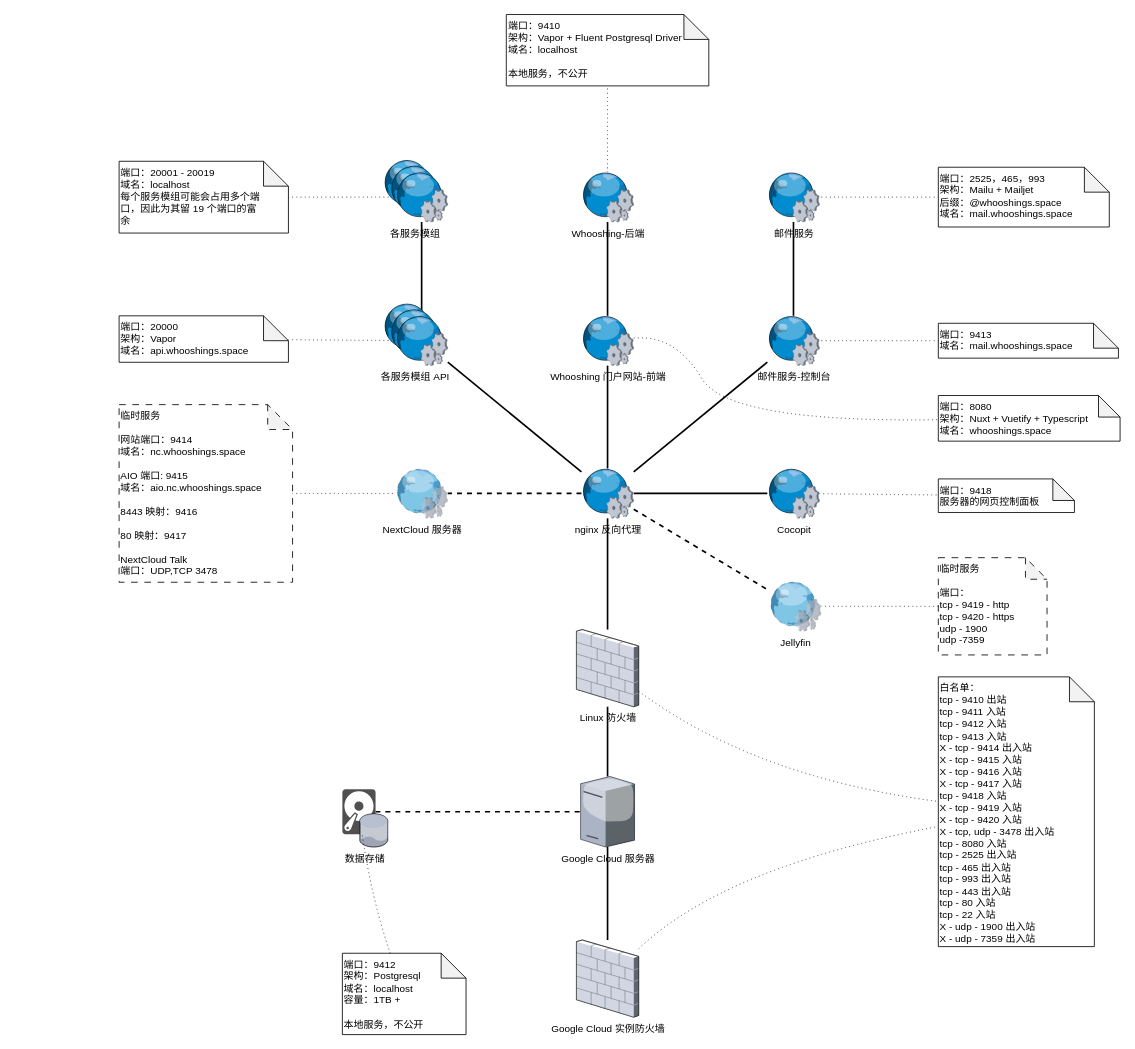
This is page "4.云服务器-详细部署" (4 of 4) of raws/Diagrams/设计.drawio from Inspiral-SJJC/Inspiral, a draw.io file, before an edit. Source tidied: cells renumbered, new cells numbered last; positions are measured from the earlier drawing's top-left corner, leaving out a move shared by most shapes. Both pictures are drawn from the tidied source at 83%, with x=0, y=0 at pixel (119, 14).
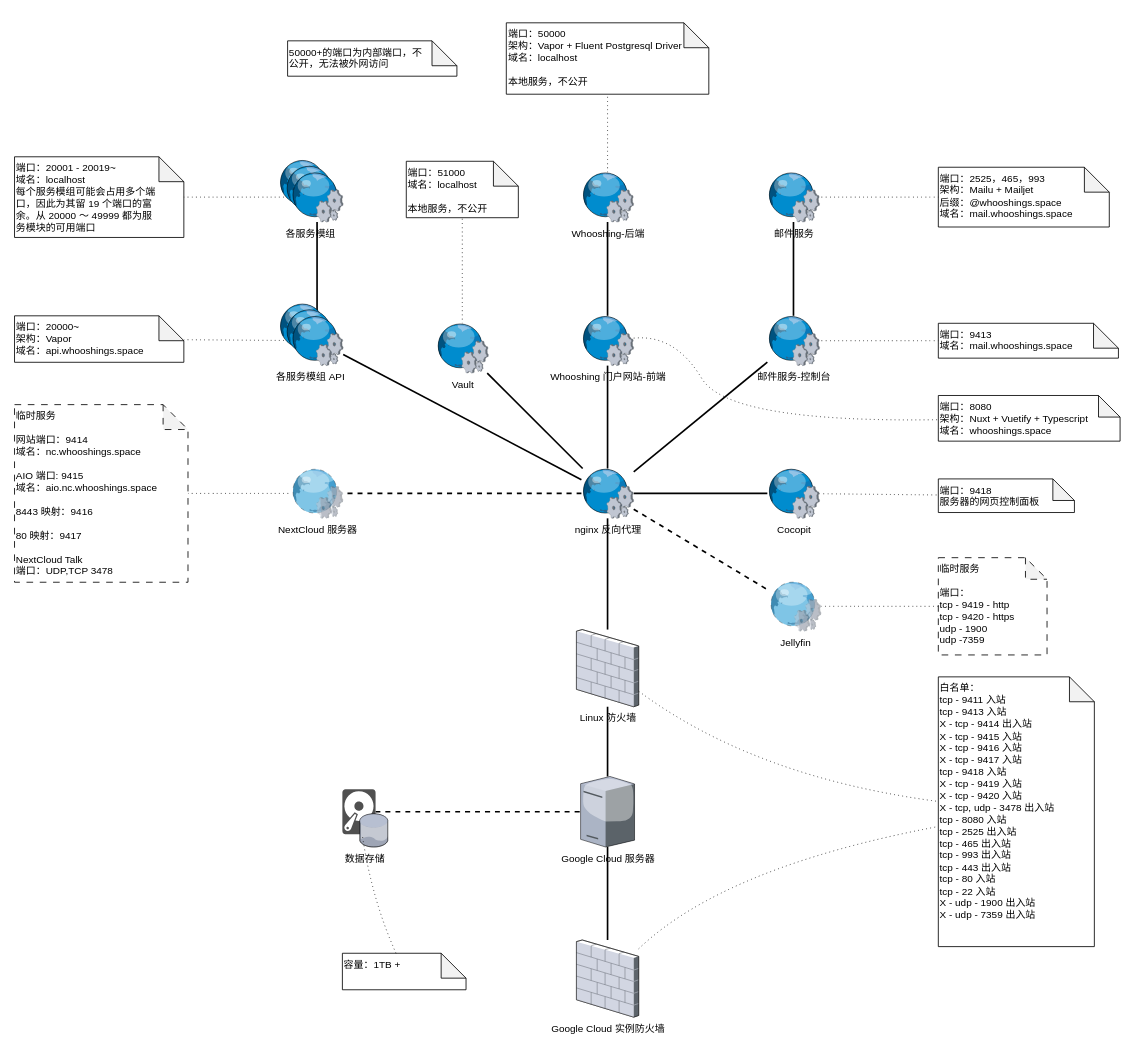
After the change.

Commit message (it also covers changes not shown here):
V0.2.3.1 更新端口分配

The change refers to these unchanged cells:
```xml
<mxCell id="5" value="nginx 反向代理" style="verticalLabelPosition=bottom;sketch=0;html=1;verticalAlign=top;strokeColor=none;align=center;outlineConnect=0;shape=mxgraph.citrix.web_service;" parent="1" vertex="1">
  <mxGeometry x="557" y="547" width="63" height="60" as="geometry" />
</mxCell>
```

What changed in the source:
```diff
@@
-    <mxCell id="2" value="端口：9410&lt;div&gt;架构：Vapor + Fluent Postgresql Driver&lt;/div&gt;&lt;div&gt;域名：localhost&lt;/div&gt;&lt;div&gt;&lt;br&gt;&lt;/div&gt;&lt;div&gt;本地服务，不公开&lt;/div&gt;" style="shape=note;whiteSpace=wrap;html=1;backgroundOutline=1;darkOpacity=0.05;align=left;verticalAlign=top;spacingRight=30;" parent="1" vertex="1">
-      <mxGeometry x="466.5" width="244" height="86" as="geometry" />
+    <mxCell id="2" value="端口：50000&lt;div&gt;架构：Vapor + Fluent Postgresql Driver&lt;/div&gt;&lt;div&gt;域名：localhost&lt;/div&gt;&lt;div&gt;&lt;br&gt;&lt;/div&gt;&lt;div&gt;本地服务，不公开&lt;/div&gt;" style="shape=note;whiteSpace=wrap;html=1;backgroundOutline=1;darkOpacity=0.05;align=left;verticalAlign=top;spacingRight=30;" parent="1" vertex="1">
+      <mxGeometry x="466.5" y="10" width="244" height="86" as="geometry" />
     </mxCell>
@@
-    <mxCell id="22" value="端口：20000&lt;div&gt;架构：Vapor&lt;/div&gt;&lt;div&gt;域名：api.whooshings.space&lt;/div&gt;" style="shape=note;whiteSpace=wrap;html=1;backgroundOutline=1;darkOpacity=0.05;align=left;verticalAlign=top;spacingRight=30;" parent="1" vertex="1">
-      <mxGeometry y="363" width="204" height="56" as="geometry" />
+    <mxCell id="22" value="端口：20000~&lt;div&gt;架构：Vapor&lt;/div&gt;&lt;div&gt;域名：api.whooshings.space&lt;/div&gt;" style="shape=note;whiteSpace=wrap;html=1;backgroundOutline=1;darkOpacity=0.05;align=left;verticalAlign=top;spacingRight=30;" parent="1" vertex="1">
+      <mxGeometry x="-126" y="363" width="204" height="56" as="geometry" />
     </mxCell>
@@
-    <mxCell id="24" value="端口：9412&lt;div&gt;架构：Postgresql&lt;/div&gt;&lt;div&gt;域名：localhost&lt;/div&gt;&lt;div&gt;容量：1TB +&lt;/div&gt;&lt;div&gt;&lt;br&gt;&lt;/div&gt;&lt;div&gt;本地服务，不公开&lt;/div&gt;" style="shape=note;whiteSpace=wrap;html=1;backgroundOutline=1;darkOpacity=0.05;align=left;verticalAlign=top;spacingRight=30;" parent="1" vertex="1">
-      <mxGeometry x="269" y="1131" width="149" height="98" as="geometry" />
+    <mxCell id="24" value="&lt;div&gt;&lt;span style=&quot;background-color: initial;&quot;&gt;容量：1TB +&lt;/span&gt;&lt;/div&gt;" style="shape=note;whiteSpace=wrap;html=1;backgroundOutline=1;darkOpacity=0.05;align=left;verticalAlign=top;spacingRight=30;" parent="1" vertex="1">
+      <mxGeometry x="269" y="1131" width="149" height="44" as="geometry" />
     </mxCell>
@@
-    <mxCell id="26" value="白名单：&lt;div&gt;tcp - 9410 出站&lt;br&gt;&lt;div&gt;tcp - 9411&amp;nbsp;&lt;span style=&quot;background-color: initial;&quot;&gt;入站&lt;/span&gt;&lt;/div&gt;&lt;div&gt;tcp - 9412 入站&lt;span style=&quot;background-color: initial;&quot;&gt;&lt;br&gt;&lt;/span&gt;&lt;/div&gt;&lt;div&gt;tcp - 9413 入站&lt;br&gt;&lt;/div&gt;&lt;div&gt;X - tcp - 9414 出入站&lt;/div&gt;&lt;div&gt;&lt;span style=&quot;background-color: initial;&quot;&gt;X -&amp;nbsp;&lt;/span&gt;tcp - 9415 入站&lt;/div&gt;&lt;div&gt;&lt;span style=&quot;background-color: initial;&quot;&gt;X -&amp;nbsp;&lt;/span&gt;tcp - 9416 入站&lt;/div&gt;&lt;div&gt;&lt;span style=&quot;background-color: initial;&quot;&gt;X -&amp;nbsp;&lt;/span&gt;tcp - 9417 入站&lt;br&gt;&lt;/div&gt;&lt;div&gt;tcp - 9418 入站&lt;/div&gt;&lt;div&gt;&lt;span style=&quot;background-color: initial;&quot;&gt;X -&amp;nbsp;&lt;/span&gt;tcp - 9419 入站&lt;/div&gt;&lt;div&gt;&lt;span style=&quot;background-color: initial;&quot;&gt;X -&amp;nbsp;&lt;/span&gt;tcp - 9420 入站&lt;/div&gt;&lt;div&gt;&lt;span style=&quot;background-color: initial;&quot;&gt;X -&amp;nbsp;&lt;/span&gt;tcp, udp - 3478 出入站&lt;/div&gt;&lt;div&gt;tcp - 8080&amp;nbsp;&lt;span style=&quot;background-color: initial;&quot;&gt;入站&lt;/span&gt;&lt;/div&gt;&lt;div&gt;&lt;span style=&quot;background-color: initial;&quot;&gt;tcp - 2525&amp;nbsp;&lt;/span&gt;&lt;span style=&quot;background-color: initial;&quot;&gt;出入站&lt;/span&gt;&lt;/div&gt;&lt;div&gt;&lt;span style=&quot;background-color: initial;&quot;&gt;tcp - 465&amp;nbsp;&lt;/span&gt;&lt;span style=&quot;background-color: initial;&quot;&gt;出入站&lt;/span&gt;&lt;/div&gt;&lt;div&gt;&lt;span style=&quot;background-color: initial;&quot;&gt;tcp - 993&amp;nbsp;&lt;/span&gt;&lt;span style=&quot;background-color: initial;&quot;&gt;出入站&lt;/span&gt;&lt;/div&gt;&lt;div&gt;&lt;span style=&quot;background-color: initial;&quot;&gt;tcp - 443 出入站&lt;/span&gt;&lt;/div&gt;&lt;div&gt;&lt;span style=&quot;background-color: initial;&quot;&gt;tcp - 80 入站&lt;/span&gt;&lt;/div&gt;&lt;div&gt;tcp - 22 入站&lt;/div&gt;&lt;/div&gt;&lt;div&gt;&lt;span style=&quot;background-color: initial;&quot;&gt;X -&amp;nbsp;&lt;/span&gt;udp - 1900&amp;nbsp;&lt;span style=&quot;background-color: initial;&quot;&gt;出入站&lt;/span&gt;&lt;/div&gt;&lt;div&gt;&lt;span style=&quot;background-color: initial;&quot;&gt;X -&amp;nbsp;&lt;/span&gt;udp - 7359&amp;nbsp;&lt;span style=&quot;background-color: initial;&quot;&gt;出入站&lt;/span&gt;&lt;/div&gt;" style="shape=note;whiteSpace=wrap;html=1;backgroundOutline=1;darkOpacity=0.05;align=left;verticalAlign=top;spacingRight=30;" parent="1" vertex="1">
+    <mxCell id="26" value="白名单：&lt;div&gt;&lt;div&gt;tcp - 9411&amp;nbsp;&lt;span style=&quot;background-color: initial;&quot;&gt;入站&lt;/span&gt;&lt;/div&gt;&lt;div&gt;tcp - 9413 入站&lt;br&gt;&lt;/div&gt;&lt;div&gt;X - tcp - 9414 出入站&lt;/div&gt;&lt;div&gt;&lt;span style=&quot;background-color: initial;&quot;&gt;X -&amp;nbsp;&lt;/span&gt;tcp - 9415 入站&lt;/div&gt;&lt;div&gt;&lt;span style=&quot;background-color: initial;&quot;&gt;X -&amp;nbsp;&lt;/span&gt;tcp - 9416 入站&lt;/div&gt;&lt;div&gt;&lt;span style=&quot;background-color: initial;&quot;&gt;X -&amp;nbsp;&lt;/span&gt;tcp - 9417 入站&lt;br&gt;&lt;/div&gt;&lt;div&gt;tcp - 9418 入站&lt;/div&gt;&lt;div&gt;&lt;span style=&quot;background-color: initial;&quot;&gt;X -&amp;nbsp;&lt;/span&gt;tcp - 9419 入站&lt;/div&gt;&lt;div&gt;&lt;span style=&quot;background-color: initial;&quot;&gt;X -&amp;nbsp;&lt;/span&gt;tcp - 9420 入站&lt;/div&gt;&lt;div&gt;&lt;span style=&quot;background-color: initial;&quot;&gt;X -&amp;nbsp;&lt;/span&gt;tcp, udp - 3478 出入站&lt;/div&gt;&lt;div&gt;tcp - 8080&amp;nbsp;&lt;span style=&quot;background-color: initial;&quot;&gt;入站&lt;/span&gt;&lt;/div&gt;&lt;div&gt;&lt;span style=&quot;background-color: initial;&quot;&gt;tcp - 2525&amp;nbsp;&lt;/span&gt;&lt;span style=&quot;background-color: initial;&quot;&gt;出入站&lt;/span&gt;&lt;/div&gt;&lt;div&gt;&lt;span style=&quot;background-color: initial;&quot;&gt;tcp - 465&amp;nbsp;&lt;/span&gt;&lt;span style=&quot;background-color: initial;&quot;&gt;出入站&lt;/span&gt;&lt;/div&gt;&lt;div&gt;&lt;span style=&quot;background-color: initial;&quot;&gt;tcp - 993&amp;nbsp;&lt;/span&gt;&lt;span style=&quot;background-color: initial;&quot;&gt;出入站&lt;/span&gt;&lt;/div&gt;&lt;div&gt;&lt;span style=&quot;background-color: initial;&quot;&gt;tcp - 443 出入站&lt;/span&gt;&lt;/div&gt;&lt;div&gt;&lt;span style=&quot;background-color: initial;&quot;&gt;tcp - 80 入站&lt;/span&gt;&lt;/div&gt;&lt;div&gt;tcp - 22 入站&lt;/div&gt;&lt;/div&gt;&lt;div&gt;&lt;span style=&quot;background-color: initial;&quot;&gt;X -&amp;nbsp;&lt;/span&gt;udp - 1900&amp;nbsp;&lt;span style=&quot;background-color: initial;&quot;&gt;出入站&lt;/span&gt;&lt;/div&gt;&lt;div&gt;&lt;span style=&quot;background-color: initial;&quot;&gt;X -&amp;nbsp;&lt;/span&gt;udp - 7359&amp;nbsp;&lt;span style=&quot;background-color: initial;&quot;&gt;出入站&lt;/span&gt;&lt;/div&gt;" style="shape=note;whiteSpace=wrap;html=1;backgroundOutline=1;darkOpacity=0.05;align=left;verticalAlign=top;spacingRight=30;" parent="1" vertex="1">
       <mxGeometry x="987" y="798" width="188" height="325" as="geometry" />
     </mxCell>
@@
     <mxCell id="36" value="NextCloud 服务器" style="verticalLabelPosition=bottom;sketch=0;html=1;verticalAlign=top;strokeColor=none;align=center;outlineConnect=0;shape=mxgraph.citrix.web_service;dashed=1;dashPattern=8 8;gradientColor=default;opacity=50;" parent="1" vertex="1">
-      <mxGeometry x="333" y="547" width="63" height="60" as="geometry" />
+      <mxGeometry x="207" y="547" width="63" height="60" as="geometry" />
     </mxCell>
@@
     <mxCell id="38" value="&lt;div&gt;临时服务&lt;/div&gt;&lt;div&gt;&lt;br&gt;&lt;/div&gt;网站端口：9414&lt;div&gt;&lt;div&gt;域名：nc.whooshings.space&lt;/div&gt;&lt;div&gt;&lt;br&gt;&lt;/div&gt;&lt;div&gt;AIO 端口: 9415&lt;/div&gt;&lt;div&gt;域名：aio.nc.whooshings.space&lt;/div&gt;&lt;div&gt;&lt;br&gt;&lt;/div&gt;&lt;div&gt;8443 映射：&lt;span style=&quot;background-color: initial;&quot;&gt;9416&lt;/span&gt;&lt;/div&gt;&lt;div&gt;&lt;br&gt;&lt;/div&gt;&lt;div&gt;80 映射：9417&lt;/div&gt;&lt;div&gt;&lt;br&gt;&lt;/div&gt;&lt;div&gt;NextCloud Talk&lt;/div&gt;&lt;div&gt;端口：UDP,TCP 3478&lt;/div&gt;&lt;/div&gt;" style="shape=note;whiteSpace=wrap;html=1;backgroundOutline=1;darkOpacity=0.05;align=left;verticalAlign=top;spacingRight=30;dashed=1;dashPattern=8 8;" parent="1" vertex="1">
-      <mxGeometry y="470" width="209" height="214" as="geometry" />
+      <mxGeometry x="-126" y="470" width="209" height="214" as="geometry" />
     </mxCell>
@@
-    <mxCell id="49" value="端口：20001 - 20019&lt;div&gt;域名：localhost&lt;/div&gt;&lt;div&gt;每个服务模组可能会占用多个端口，因此为其留 19 个端口的富余&lt;/div&gt;" style="shape=note;whiteSpace=wrap;html=1;backgroundOutline=1;darkOpacity=0.05;align=left;verticalAlign=top;spacingRight=30;" parent="1" vertex="1">
-      <mxGeometry y="176.8" width="204" height="86.5" as="geometry" />
+    <mxCell id="49" value="端口：20001 - 20019~&lt;div&gt;域名：localhost&lt;/div&gt;&lt;div&gt;每个服务模组可能会占用多个端口，因此为其留 19 个端口的富余。从 20000 ～ 49999 都为服务模块的可用端口&lt;/div&gt;" style="shape=note;whiteSpace=wrap;html=1;backgroundOutline=1;darkOpacity=0.05;align=left;verticalAlign=top;spacingRight=30;" parent="1" vertex="1">
+      <mxGeometry x="-126" y="171.4" width="204" height="97.2" as="geometry" />
     </mxCell>
@@
     <mxCell id="52" value="各服务模组" style="group;labelPosition=center;verticalLabelPosition=bottom;align=center;verticalAlign=top;" parent="1" vertex="1">
-      <mxGeometry x="318" y="175" width="78" height="75" as="geometry" />
+      <mxGeometry x="192" y="175" width="78" height="75" as="geometry" />
     </mxCell>
@@
     <mxCell id="56" value="各服务模组 API" style="group;labelPosition=center;verticalLabelPosition=bottom;align=center;verticalAlign=top;" parent="1" vertex="1">
-      <mxGeometry x="318" y="348" width="78" height="75" as="geometry" />
+      <mxGeometry x="192" y="348" width="78" height="75" as="geometry" />
     </mxCell>
@@
+    <mxCell id="60" value="Vault" style="verticalLabelPosition=bottom;sketch=0;html=1;verticalAlign=top;strokeColor=none;align=center;outlineConnect=0;shape=mxgraph.citrix.web_service;" parent="1" vertex="1">
+      <mxGeometry x="382" y="372" width="63" height="60" as="geometry" />
+    </mxCell>
+    <mxCell id="61" style="endArrow=none;html=1;rounded=0;fontSize=12;startSize=8;endSize=8;curved=1;strokeWidth=2;strokeColor=default;" parent="1" edge="1" source="5" target="60">
+      <mxGeometry relative="1" as="geometry" />
+    </mxCell>
+    <mxCell id="62" value="端口：51000&lt;div&gt;域名：localhost&lt;/div&gt;&lt;div&gt;&lt;br&gt;&lt;/div&gt;&lt;div&gt;本地服务，不公开&lt;/div&gt;" style="shape=note;whiteSpace=wrap;html=1;backgroundOutline=1;darkOpacity=0.05;align=left;verticalAlign=top;spacingRight=30;" parent="1" vertex="1">
+      <mxGeometry x="346" y="176.8" width="135" height="68" as="geometry" />
+    </mxCell>
+    <mxCell id="63" style="edgeStyle=none;jettySize=auto;html=1;rounded=0;fontSize=12;startSize=8;endSize=8;curved=1;endArrow=none;endFill=0;dashed=1;dashPattern=1 4;" parent="1" edge="1" source="60" target="62">
+      <mxGeometry relative="1" as="geometry" />
+    </mxCell>
+    <mxCell id="64" value="50000+的端口为内部端口，不公开，无法被外网访问" style="shape=note;whiteSpace=wrap;html=1;backgroundOutline=1;darkOpacity=0.05;align=left;verticalAlign=top;spacingRight=30;" parent="1" vertex="1">
+      <mxGeometry x="203" y="31.7" width="204" height="42.6" as="geometry" />
+    </mxCell>
```
